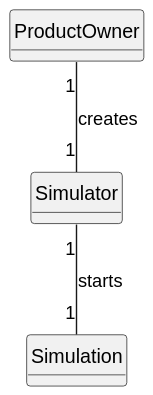
Above: docs/sprint1/us012/02.analysis/svg/us012-domain-model.svg in ivasduarte/all-aboard (PlantUML), before the change. The source it was exported from:
```plantuml
@startuml
skinparam monochrome true
skinparam packageStyle rectangle
skinparam shadowing false


skinparam classAttributeIconSize 0

hide circle
hide methods


class ProductOwner {
}

ProductOwner "1" -- "1" Simulator : creates
Simulator "1" -- "1" Simulation : starts
@enduml
```
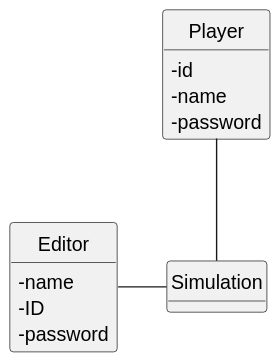
After the change.

Commit message:
US012(docs): Fixed Domain model

The edit, as a diff of the source:
```diff
@@ -9,10 +9,18 @@
 hide circle
 hide methods
 
-
-class ProductOwner {
+class Player {
+    - id
+    - name
+    - password
 }
 
-ProductOwner "1" -- "1" Simulator : creates
-Simulator "1" -- "1" Simulation : starts
+class Editor {
+    - name
+    - ID
+    - password
+}
+
+Editor - Simulation
+Player -- Simulation
 @enduml
```
